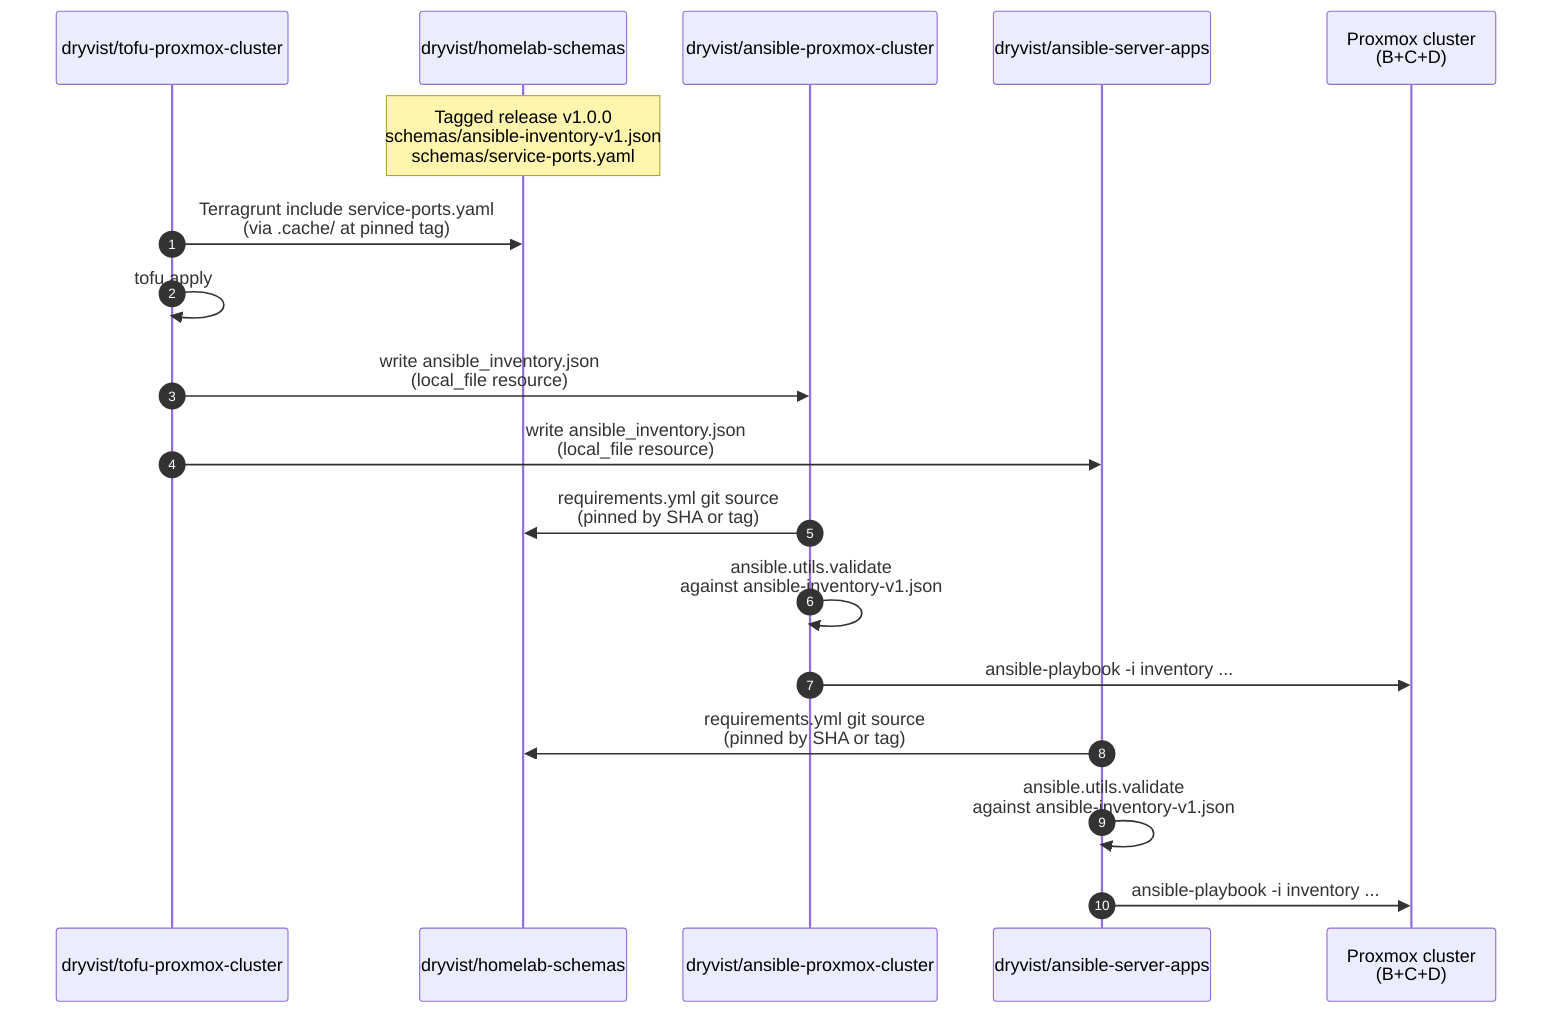
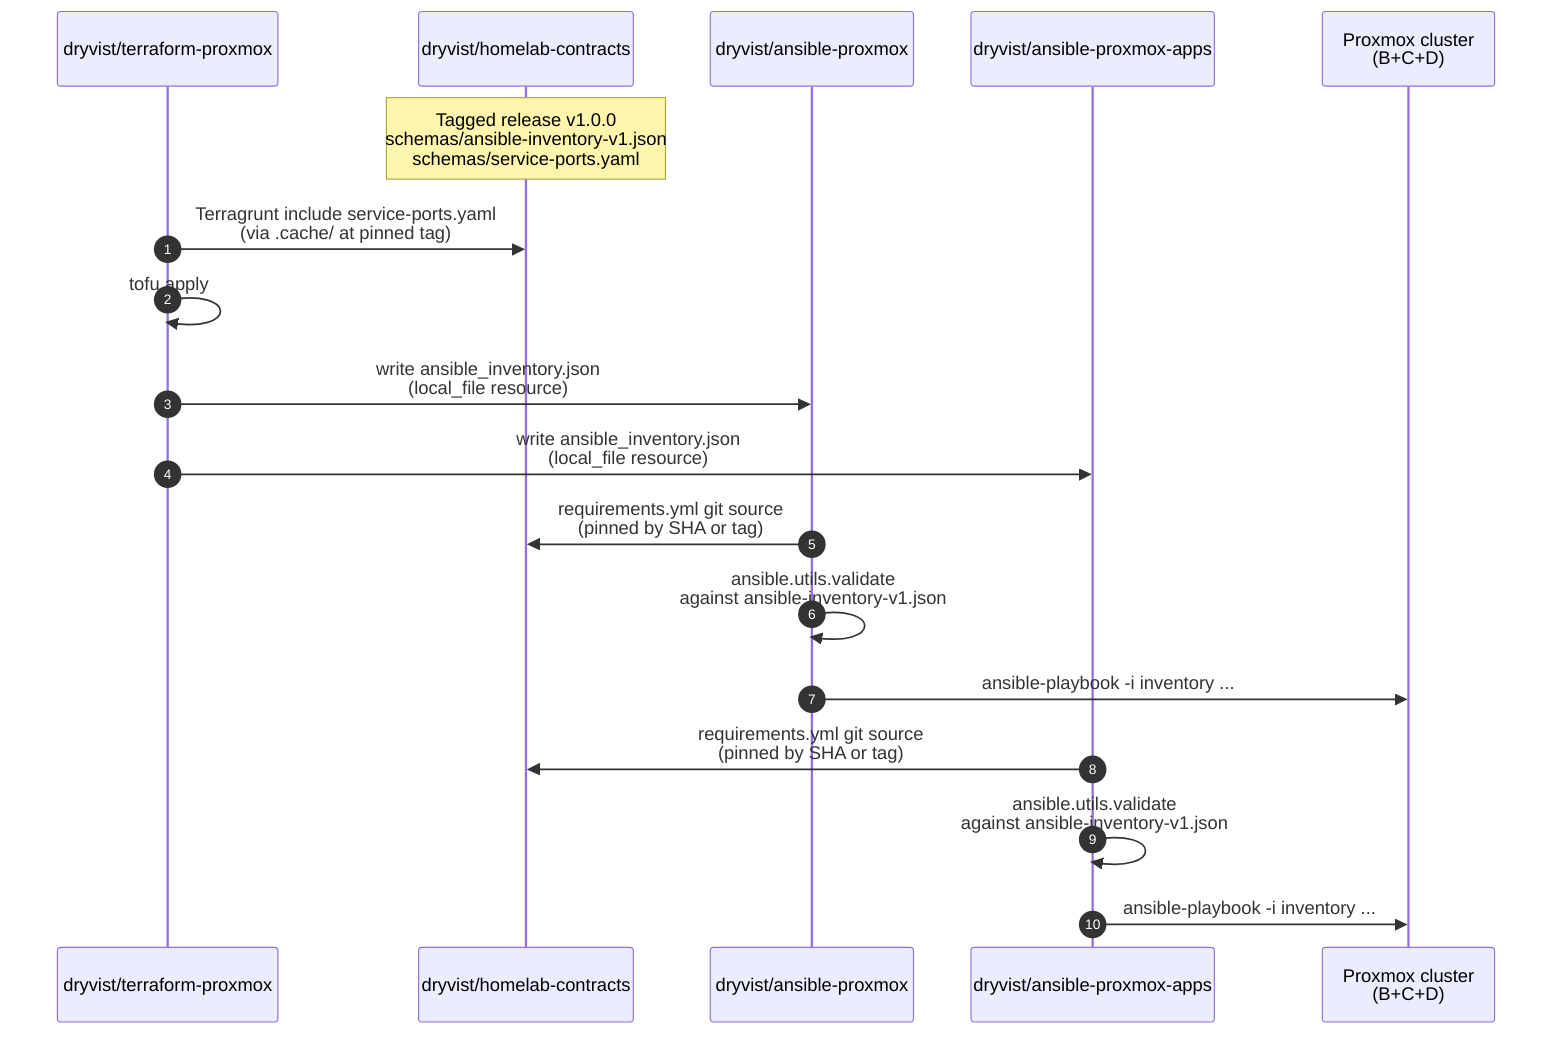
sequenceDiagram
  autonumber
-   participant Tofu as dryvist/tofu-proxmox-cluster
-   participant Schemas as dryvist/homelab-schemas
-   participant AnsCluster as dryvist/ansible-proxmox-cluster
-   participant AnsApps as dryvist/ansible-server-apps
+   participant Tofu as dryvist/terraform-proxmox
+   participant Schemas as dryvist/homelab-contracts
+   participant AnsCluster as dryvist/ansible-proxmox
+   participant AnsApps as dryvist/ansible-proxmox-apps
  participant Cluster as Proxmox cluster<br/>(B+C+D)

  Note over Schemas: Tagged release v1.0.0<br/>schemas/ansible-inventory-v1.json<br/>schemas/service-ports.yaml

  Tofu->>Schemas: Terragrunt include service-ports.yaml<br/>(via .cache/ at pinned tag)
  Tofu->>Tofu: tofu apply
  Tofu->>AnsCluster: write ansible_inventory.json<br/>(local_file resource)
  Tofu->>AnsApps: write ansible_inventory.json<br/>(local_file resource)

  AnsCluster->>Schemas: requirements.yml git source<br/>(pinned by SHA or tag)
  AnsCluster->>AnsCluster: ansible.utils.validate<br/>against ansible-inventory-v1.json
  AnsCluster->>Cluster: ansible-playbook -i inventory ...

  AnsApps->>Schemas: requirements.yml git source<br/>(pinned by SHA or tag)
  AnsApps->>AnsApps: ansible.utils.validate<br/>against ansible-inventory-v1.json
  AnsApps->>Cluster: ansible-playbook -i inventory ...
